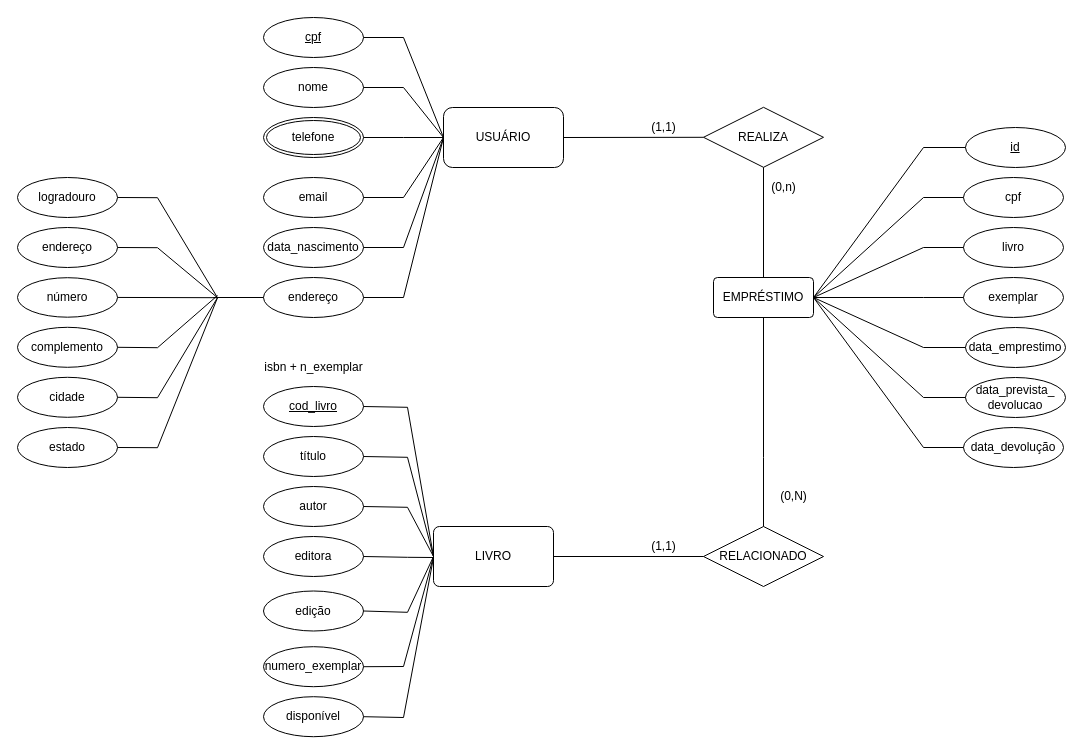
This is draw.io/Untitled Diagram.drawio from mikaeletha/segundo_periodo_2022, a draw.io file, before an edit. Source tidied: cells renumbered, new cells numbered last; positions are measured from the earlier drawing's top-left corner, leaving out a move shared by most shapes. Both pictures are drawn from the tidied source at 100%, with x=0, y=0 at pixel (17, 17).
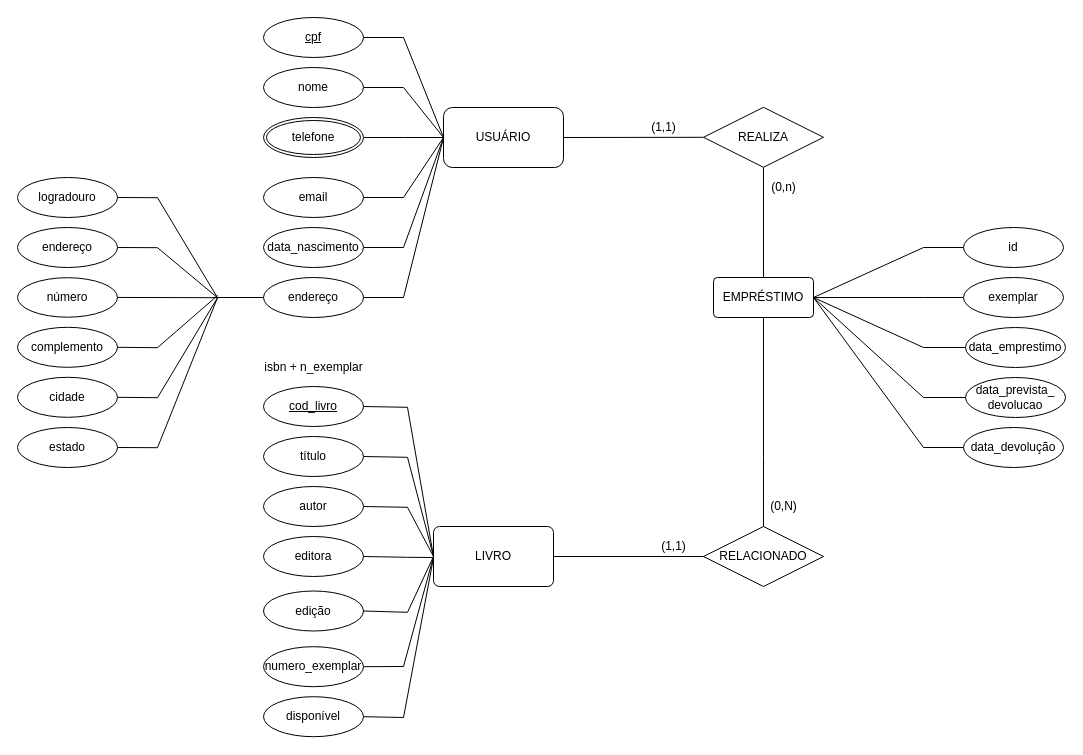
The same diagram, later.

Unchanged cells that the change refers to:
```xml
<mxCell id="22" value="EMPRÉSTIMO" style="rounded=1;arcSize=10;whiteSpace=wrap;html=1;align=center;" parent="1" vertex="1">
  <mxGeometry x="696" y="260" width="100" height="40" as="geometry" />
</mxCell>
```

Diff of the diagram source:
```diff
@@
-    <mxCell id="23" value="id" style="ellipse;whiteSpace=wrap;html=1;align=center;fontStyle=4;" parent="1" vertex="1">
-      <mxGeometry x="948" y="110" width="100" height="40" as="geometry" />
-    </mxCell>
-    <mxCell id="24" value="cpf" style="ellipse;whiteSpace=wrap;html=1;align=center;" parent="1" vertex="1">
-      <mxGeometry x="946" y="160" width="100" height="40" as="geometry" />
-    </mxCell>
-    <mxCell id="25" value="livro" style="ellipse;whiteSpace=wrap;html=1;align=center;" parent="1" vertex="1">
+    <mxCell id="25" value="id" style="ellipse;whiteSpace=wrap;html=1;align=center;" parent="1" vertex="1">
       <mxGeometry x="946" y="210" width="100" height="40" as="geometry" />
     </mxCell>
@@
-    <mxCell id="29" style="endArrow=none;html=1;rounded=0;exitX=1;exitY=0.5;exitDx=0;exitDy=0;entryX=0;entryY=0.5;entryDx=0;entryDy=0;" parent="1" edge="1" source="22" target="23">
-      <mxGeometry relative="1" as="geometry">
-        <Array as="points">
-          <mxPoint x="906" y="130" />
-        </Array>
-      </mxGeometry>
-    </mxCell>
-    <mxCell id="30" style="endArrow=none;html=1;rounded=0;exitX=1;exitY=0.5;exitDx=0;exitDy=0;entryX=0;entryY=0.5;entryDx=0;entryDy=0;" parent="1" edge="1" source="22" target="24">
-      <mxGeometry relative="1" as="geometry">
-        <Array as="points">
-          <mxPoint x="906" y="180" />
-        </Array>
-      </mxGeometry>
-    </mxCell>
@@
     <mxCell id="43" value="(0,N)" style="text;html=1;align=center;verticalAlign=middle;strokeColor=none;fillColor=none;" parent="1" vertex="1">
-      <mxGeometry x="756" y="469" width="40" height="20" as="geometry" />
+      <mxGeometry x="746" y="479" width="40" height="20" as="geometry" />
     </mxCell>
@@
     <mxCell id="45" value="(1,1)" style="text;html=1;align=center;verticalAlign=middle;strokeColor=none;fillColor=none;" parent="1" vertex="1">
-      <mxGeometry x="626" y="519" width="40" height="20" as="geometry" />
+      <mxGeometry x="636" y="519" width="40" height="20" as="geometry" />
     </mxCell>
```
